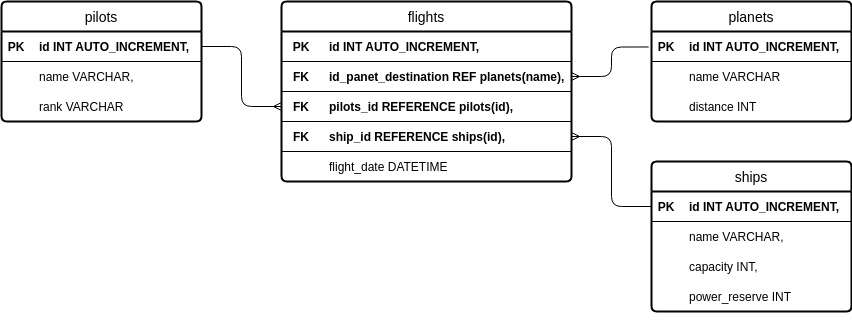
Above: part1/Task_1_cosmoport.png in Kolesa-Education/kolesa-upgrade-homework-4 (draw.io), before the change. Source tidied: cells renumbered, new cells last; positions are measured from the earlier drawing's top-left corner, leaving out a move shared by most shapes. Source of this version:
```xml
<mxGraphModel>
  <root>
    <mxCell id="0" />
    <mxCell id="1" parent="0" />
    <mxCell id="2" value="ships" style="swimlane;horizontal=1;startSize=30;rounded=1;fontSize=14;fontStyle=0;strokeWidth=2;shadow=0;dashed=0;align=center;arcSize=6;" parent="1" vertex="1">
      <mxGeometry x="650" y="160" width="200" height="150" as="geometry" />
    </mxCell>
    <mxCell id="3" style="edgeStyle=none;shape=connector;rounded=1;jettySize=auto;html=1;exitX=0.5;exitY=1;exitDx=0;exitDy=0;labelBackgroundColor=default;strokeColor=default;fontFamily=Helvetica;fontSize=12;fontColor=default;endArrow=ERmandOne;endFill=0;" parent="2" edge="1" source="2" target="4">
      <mxGeometry relative="1" as="geometry" />
    </mxCell>
    <mxCell id="4" style="shape=table;startSize=0;rowLines=0;fontStyle=0;align=center;strokeColor=none;fillColor=none;fontFamily=Helvetica;fontSize=12;fontColor=default;" parent="2" vertex="1">
      <mxGeometry y="30" width="200" height="120" as="geometry" />
    </mxCell>
    <mxCell id="5" style="shape=tableRow;horizontal=0;startSize=0;swimlaneHead=0;swimlaneBody=0;fillColor=none;points=[[0,0.5],[1,0.5]];portConstraint=eastwest;top=0;left=0;right=0;bottom=1;fontFamily=Helvetica;fontSize=12;fontColor=default;" parent="4" vertex="1">
      <mxGeometry width="200" height="30" as="geometry" />
    </mxCell>
    <mxCell id="6" value="PK" style="shape=partialRectangle;fillColor=none;top=0;left=0;bottom=0;right=0;fontStyle=1;overflow=hidden;fontFamily=Helvetica;fontSize=12;fontColor=default;" parent="5" vertex="1">
      <mxGeometry width="30" height="30" as="geometry" />
    </mxCell>
    <mxCell id="7" value="id INT AUTO_INCREMENT," style="shape=partialRectangle;fillColor=none;top=0;left=0;bottom=0;right=0;align=left;spacingLeft=6;fontStyle=1;overflow=hidden;fontFamily=Helvetica;fontSize=12;fontColor=default;" parent="5" vertex="1">
      <mxGeometry x="30" width="170" height="30" as="geometry" />
    </mxCell>
    <mxCell id="8" style="shape=tableRow;horizontal=0;startSize=0;swimlaneHead=0;swimlaneBody=0;fillColor=none;top=0;left=0;right=0;bottom=0;fontFamily=Helvetica;fontSize=12;fontColor=default;" parent="4" vertex="1">
      <mxGeometry y="30" width="200" height="30" as="geometry" />
    </mxCell>
    <mxCell id="9" style="shape=partialRectangle;fillColor=none;top=0;left=0;bottom=0;right=0;overflow=hidden;fontFamily=Helvetica;fontSize=12;fontColor=default;" parent="8" vertex="1">
      <mxGeometry width="30" height="30" as="geometry" />
    </mxCell>
    <mxCell id="10" value="name VARCHAR," style="shape=partialRectangle;fillColor=none;top=0;left=0;bottom=0;right=0;align=left;spacingLeft=6;overflow=hidden;fontFamily=Helvetica;fontSize=12;fontColor=default;" parent="8" vertex="1">
      <mxGeometry x="30" width="170" height="30" as="geometry" />
    </mxCell>
    <mxCell id="11" style="shape=tableRow;horizontal=0;startSize=0;swimlaneHead=0;swimlaneBody=0;fillColor=none;top=0;left=0;right=0;bottom=0;fontFamily=Helvetica;fontSize=12;fontColor=default;" parent="4" vertex="1">
      <mxGeometry y="60" width="200" height="30" as="geometry" />
    </mxCell>
    <mxCell id="12" style="shape=partialRectangle;fillColor=none;top=0;left=0;bottom=0;right=0;overflow=hidden;fontFamily=Helvetica;fontSize=12;fontColor=default;" parent="11" vertex="1">
      <mxGeometry width="30" height="30" as="geometry" />
    </mxCell>
    <mxCell id="13" value="capacity INT," style="shape=partialRectangle;fillColor=none;top=0;left=0;bottom=0;right=0;align=left;spacingLeft=6;overflow=hidden;fontFamily=Helvetica;fontSize=12;fontColor=default;" parent="11" vertex="1">
      <mxGeometry x="30" width="170" height="30" as="geometry" />
    </mxCell>
    <mxCell id="14" style="shape=tableRow;horizontal=0;startSize=0;swimlaneHead=0;swimlaneBody=0;fillColor=none;top=0;left=0;right=0;bottom=0;fontFamily=Helvetica;fontSize=12;fontColor=default;" parent="4" vertex="1">
      <mxGeometry y="90" width="200" height="30" as="geometry" />
    </mxCell>
    <mxCell id="15" style="shape=partialRectangle;fillColor=none;top=0;left=0;bottom=0;right=0;overflow=hidden;fontFamily=Helvetica;fontSize=12;fontColor=default;" parent="14" vertex="1">
      <mxGeometry width="30" height="30" as="geometry" />
    </mxCell>
    <mxCell id="16" value="power_reserve INT" style="shape=partialRectangle;fillColor=none;top=0;left=0;bottom=0;right=0;align=left;spacingLeft=6;overflow=hidden;fontFamily=Helvetica;fontSize=12;fontColor=default;" parent="14" vertex="1">
      <mxGeometry x="30" width="170" height="30" as="geometry" />
    </mxCell>
    <mxCell id="17" value="planets" style="swimlane;horizontal=1;startSize=30;rounded=1;fontSize=14;fontStyle=0;strokeWidth=2;shadow=0;dashed=0;align=center;arcSize=6;" parent="1" vertex="1">
      <mxGeometry x="650" width="200" height="120" as="geometry" />
    </mxCell>
    <mxCell id="18" style="shape=table;startSize=0;rowLines=0;fontStyle=0;align=center;strokeColor=none;fillColor=none;fontFamily=Helvetica;fontSize=12;fontColor=default;" parent="17" vertex="1">
      <mxGeometry y="30" width="200" height="90" as="geometry" />
    </mxCell>
    <mxCell id="19" style="shape=tableRow;horizontal=0;startSize=0;swimlaneHead=0;swimlaneBody=0;fillColor=none;points=[[0,0.5],[1,0.5]];portConstraint=eastwest;top=0;left=0;right=0;bottom=1;fontFamily=Helvetica;fontSize=12;fontColor=default;" parent="18" vertex="1">
      <mxGeometry width="200" height="30" as="geometry" />
    </mxCell>
    <mxCell id="20" value="PK" style="shape=partialRectangle;fillColor=none;top=0;left=0;bottom=0;right=0;fontStyle=1;overflow=hidden;fontFamily=Helvetica;fontSize=12;fontColor=default;" parent="19" vertex="1">
      <mxGeometry width="30" height="30" as="geometry" />
    </mxCell>
    <mxCell id="21" value="id INT AUTO_INCREMENT," style="shape=partialRectangle;fillColor=none;top=0;left=0;bottom=0;right=0;align=left;spacingLeft=6;fontStyle=1;overflow=hidden;fontFamily=Helvetica;fontSize=12;fontColor=default;" parent="19" vertex="1">
      <mxGeometry x="30" width="170" height="30" as="geometry" />
    </mxCell>
    <mxCell id="22" style="shape=tableRow;horizontal=0;startSize=0;swimlaneHead=0;swimlaneBody=0;fillColor=none;top=0;left=0;right=0;bottom=0;" parent="18" vertex="1">
      <mxGeometry y="30" width="200" height="30" as="geometry" />
    </mxCell>
    <mxCell id="23" style="shape=partialRectangle;fillColor=none;top=0;left=0;bottom=0;right=0;overflow=hidden;" parent="22" vertex="1">
      <mxGeometry width="30" height="30" as="geometry" />
    </mxCell>
    <mxCell id="24" value="name VARCHAR" style="shape=partialRectangle;fillColor=none;top=0;left=0;bottom=0;right=0;align=left;spacingLeft=6;overflow=hidden;" parent="22" vertex="1">
      <mxGeometry x="30" width="170" height="30" as="geometry" />
    </mxCell>
    <mxCell id="25" style="shape=tableRow;horizontal=0;startSize=0;swimlaneHead=0;swimlaneBody=0;fillColor=none;top=0;left=0;right=0;bottom=0;" parent="18" vertex="1">
      <mxGeometry y="60" width="200" height="30" as="geometry" />
    </mxCell>
    <mxCell id="26" style="shape=partialRectangle;fillColor=none;top=0;left=0;bottom=0;right=0;overflow=hidden;" parent="25" vertex="1">
      <mxGeometry width="30" height="30" as="geometry" />
    </mxCell>
    <mxCell id="27" value="distance INT" style="shape=partialRectangle;fillColor=none;top=0;left=0;bottom=0;right=0;align=left;spacingLeft=6;overflow=hidden;" parent="25" vertex="1">
      <mxGeometry x="30" width="170" height="30" as="geometry" />
    </mxCell>
    <mxCell id="28" style="edgeStyle=none;shape=connector;rounded=1;jettySize=auto;html=1;exitX=0.5;exitY=1;exitDx=0;exitDy=0;labelBackgroundColor=default;strokeColor=default;fontFamily=Helvetica;fontSize=12;fontColor=default;endArrow=ERmandOne;endFill=0;" parent="17" edge="1" source="17" target="18">
      <mxGeometry relative="1" as="geometry" />
    </mxCell>
    <mxCell id="29" value="pilots" style="swimlane;horizontal=1;startSize=30;rounded=1;fontSize=14;fontStyle=0;strokeWidth=2;shadow=0;dashed=0;align=center;arcSize=6;" parent="1" vertex="1">
      <mxGeometry width="200" height="120" as="geometry" />
    </mxCell>
    <mxCell id="30" style="shape=table;startSize=0;rowLines=0;fontStyle=0;align=center;strokeColor=none;fillColor=none;fontFamily=Helvetica;fontSize=12;fontColor=default;" parent="29" vertex="1">
      <mxGeometry y="30" width="200" height="90" as="geometry" />
    </mxCell>
    <mxCell id="31" style="shape=tableRow;horizontal=0;startSize=0;swimlaneHead=0;swimlaneBody=0;fillColor=none;points=[[0,0.5],[1,0.5]];portConstraint=eastwest;top=0;left=0;right=0;bottom=1;fontFamily=Helvetica;fontSize=12;fontColor=default;" parent="30" vertex="1">
      <mxGeometry width="200" height="30" as="geometry" />
    </mxCell>
    <mxCell id="32" value="PK" style="shape=partialRectangle;fillColor=none;top=0;left=0;bottom=0;right=0;fontStyle=1;overflow=hidden;fontFamily=Helvetica;fontSize=12;fontColor=default;" parent="31" vertex="1">
      <mxGeometry width="30" height="30" as="geometry" />
    </mxCell>
    <mxCell id="33" value="id INT AUTO_INCREMENT," style="shape=partialRectangle;fillColor=none;top=0;left=0;bottom=0;right=0;align=left;spacingLeft=6;fontStyle=1;overflow=hidden;fontFamily=Helvetica;fontSize=12;fontColor=default;" parent="31" vertex="1">
      <mxGeometry x="30" width="170" height="30" as="geometry" />
    </mxCell>
    <mxCell id="34" style="shape=tableRow;horizontal=0;startSize=0;swimlaneHead=0;swimlaneBody=0;fillColor=none;top=0;left=0;right=0;bottom=0;fontFamily=Helvetica;fontSize=12;fontColor=default;" parent="30" vertex="1">
      <mxGeometry y="30" width="200" height="30" as="geometry" />
    </mxCell>
    <mxCell id="35" style="shape=partialRectangle;fillColor=none;top=0;left=0;bottom=0;right=0;overflow=hidden;fontFamily=Helvetica;fontSize=12;fontColor=default;" parent="34" vertex="1">
      <mxGeometry width="30" height="30" as="geometry" />
    </mxCell>
    <mxCell id="36" value="name VARCHAR," style="shape=partialRectangle;fillColor=none;top=0;left=0;bottom=0;right=0;align=left;spacingLeft=6;overflow=hidden;fontFamily=Helvetica;fontSize=12;fontColor=default;" parent="34" vertex="1">
      <mxGeometry x="30" width="170" height="30" as="geometry" />
    </mxCell>
    <mxCell id="37" style="shape=tableRow;horizontal=0;startSize=0;swimlaneHead=0;swimlaneBody=0;fillColor=none;top=0;left=0;right=0;bottom=0;fontFamily=Helvetica;fontSize=12;fontColor=default;" parent="30" vertex="1">
      <mxGeometry y="60" width="200" height="30" as="geometry" />
    </mxCell>
    <mxCell id="38" style="shape=partialRectangle;fillColor=none;top=0;left=0;bottom=0;right=0;overflow=hidden;fontFamily=Helvetica;fontSize=12;fontColor=default;" parent="37" vertex="1">
      <mxGeometry width="30" height="30" as="geometry" />
    </mxCell>
    <mxCell id="39" value="rank VARCHAR" style="shape=partialRectangle;fillColor=none;top=0;left=0;bottom=0;right=0;align=left;spacingLeft=6;overflow=hidden;fontFamily=Helvetica;fontSize=12;fontColor=default;" parent="37" vertex="1">
      <mxGeometry x="30" width="170" height="30" as="geometry" />
    </mxCell>
    <mxCell id="40" style="edgeStyle=none;shape=connector;rounded=1;jettySize=auto;html=1;exitX=0.5;exitY=1;exitDx=0;exitDy=0;labelBackgroundColor=default;strokeColor=default;fontFamily=Helvetica;fontSize=12;fontColor=default;endArrow=ERmandOne;endFill=0;" parent="29" edge="1" source="29" target="30">
      <mxGeometry relative="1" as="geometry" />
    </mxCell>
    <mxCell id="41" value="flights" style="swimlane;horizontal=1;startSize=30;rounded=1;fontSize=14;fontStyle=0;strokeWidth=2;shadow=0;dashed=0;align=center;arcSize=6;" parent="1" vertex="1">
      <mxGeometry x="280" width="290" height="180" as="geometry" />
    </mxCell>
    <mxCell id="42" style="shape=table;startSize=0;rowLines=0;fontStyle=0;align=center;strokeColor=none;fillColor=none;fontFamily=Helvetica;fontSize=12;fontColor=default;" parent="41" vertex="1">
      <mxGeometry y="30" width="290" height="150" as="geometry" />
    </mxCell>
    <mxCell id="43" style="shape=tableRow;horizontal=0;startSize=0;swimlaneHead=0;swimlaneBody=0;fillColor=none;top=0;left=0;right=0;bottom=1;fontFamily=Helvetica;fontSize=12;fontColor=default;" parent="42" vertex="1">
      <mxGeometry width="290" height="30" as="geometry" />
    </mxCell>
    <mxCell id="44" value="PK" style="shape=partialRectangle;fillColor=none;top=0;left=0;bottom=0;right=0;fontStyle=1;overflow=hidden;fontFamily=Helvetica;fontSize=12;fontColor=default;" parent="43" vertex="1">
      <mxGeometry width="40" height="30" as="geometry" />
    </mxCell>
    <mxCell id="45" value="id INT AUTO_INCREMENT," style="shape=partialRectangle;fillColor=none;top=0;left=0;bottom=0;right=0;align=left;spacingLeft=6;fontStyle=1;overflow=hidden;fontFamily=Helvetica;fontSize=12;fontColor=default;" parent="43" vertex="1">
      <mxGeometry x="40" width="250" height="30" as="geometry" />
    </mxCell>
    <mxCell id="46" style="shape=tableRow;horizontal=0;startSize=0;swimlaneHead=0;swimlaneBody=0;fillColor=none;points=[[0,0.5],[1,0.5]];portConstraint=eastwest;top=0;left=0;right=0;bottom=1;fontFamily=Helvetica;fontSize=12;fontColor=default;" parent="42" vertex="1">
      <mxGeometry y="30" width="290" height="30" as="geometry" />
    </mxCell>
    <mxCell id="47" value="FK" style="shape=partialRectangle;fillColor=none;top=0;left=0;bottom=0;right=0;fontStyle=1;overflow=hidden;fontFamily=Helvetica;fontSize=12;fontColor=default;" parent="46" vertex="1">
      <mxGeometry width="40" height="30" as="geometry" />
    </mxCell>
    <mxCell id="48" value="id_panet_destination REF planets(name)," style="shape=partialRectangle;fillColor=none;top=0;left=0;bottom=0;right=0;align=left;spacingLeft=6;fontStyle=1;overflow=hidden;fontFamily=Helvetica;fontSize=12;fontColor=default;" parent="46" vertex="1">
      <mxGeometry x="40" width="250" height="30" as="geometry" />
    </mxCell>
    <mxCell id="49" style="shape=tableRow;horizontal=0;startSize=0;swimlaneHead=0;swimlaneBody=0;fillColor=none;points=[[0,0.5],[1,0.5]];portConstraint=eastwest;top=0;left=0;right=0;bottom=1;fontFamily=Helvetica;fontSize=12;fontColor=default;" parent="42" vertex="1">
      <mxGeometry y="60" width="290" height="30" as="geometry" />
    </mxCell>
    <mxCell id="50" value="FK" style="shape=partialRectangle;fillColor=none;top=0;left=0;bottom=0;right=0;fontStyle=1;overflow=hidden;fontFamily=Helvetica;fontSize=12;fontColor=default;" parent="49" vertex="1">
      <mxGeometry width="40" height="30" as="geometry" />
    </mxCell>
    <mxCell id="51" value="pilots_id REFERENCE pilots(id)," style="shape=partialRectangle;fillColor=none;top=0;left=0;bottom=0;right=0;align=left;spacingLeft=6;fontStyle=1;overflow=hidden;fontFamily=Helvetica;fontSize=12;fontColor=default;" parent="49" vertex="1">
      <mxGeometry x="40" width="250" height="30" as="geometry" />
    </mxCell>
    <mxCell id="52" style="shape=tableRow;horizontal=0;startSize=0;swimlaneHead=0;swimlaneBody=0;fillColor=none;points=[[0,0.5],[1,0.5]];portConstraint=eastwest;top=0;left=0;right=0;bottom=1;fontFamily=Helvetica;fontSize=12;fontColor=default;" parent="42" vertex="1">
      <mxGeometry y="90" width="290" height="30" as="geometry" />
    </mxCell>
    <mxCell id="53" value="FK" style="shape=partialRectangle;fillColor=none;top=0;left=0;bottom=0;right=0;fontStyle=1;overflow=hidden;fontFamily=Helvetica;fontSize=12;fontColor=default;" parent="52" vertex="1">
      <mxGeometry width="40" height="30" as="geometry" />
    </mxCell>
    <mxCell id="54" value="ship_id REFERENCE ships(id)," style="shape=partialRectangle;fillColor=none;top=0;left=0;bottom=0;right=0;align=left;spacingLeft=6;fontStyle=1;overflow=hidden;fontFamily=Helvetica;fontSize=12;fontColor=default;" parent="52" vertex="1">
      <mxGeometry x="40" width="250" height="30" as="geometry" />
    </mxCell>
    <mxCell id="55" style="shape=tableRow;horizontal=0;startSize=0;swimlaneHead=0;swimlaneBody=0;fillColor=none;top=0;left=0;right=0;bottom=0;fontFamily=Helvetica;fontSize=12;fontColor=default;" parent="42" vertex="1">
      <mxGeometry y="120" width="290" height="30" as="geometry" />
    </mxCell>
    <mxCell id="56" style="shape=partialRectangle;fillColor=none;top=0;left=0;bottom=0;right=0;overflow=hidden;fontFamily=Helvetica;fontSize=12;fontColor=default;" parent="55" vertex="1">
      <mxGeometry width="40" height="30" as="geometry" />
    </mxCell>
    <mxCell id="57" value="flight_date DATETIME" style="shape=partialRectangle;fillColor=none;top=0;left=0;bottom=0;right=0;align=left;spacingLeft=6;overflow=hidden;fontFamily=Helvetica;fontSize=12;fontColor=default;" parent="55" vertex="1">
      <mxGeometry x="40" width="250" height="30" as="geometry" />
    </mxCell>
    <mxCell id="58" style="edgeStyle=none;shape=connector;rounded=1;jettySize=auto;html=1;exitX=0.5;exitY=1;exitDx=0;exitDy=0;labelBackgroundColor=default;strokeColor=default;fontFamily=Helvetica;fontSize=12;fontColor=default;endArrow=ERmandOne;endFill=0;" parent="41" edge="1" source="41" target="42">
      <mxGeometry relative="1" as="geometry" />
    </mxCell>
    <mxCell id="59" style="edgeStyle=none;shape=connector;rounded=1;jettySize=auto;html=1;exitX=0.75;exitY=1;exitDx=0;exitDy=0;labelBackgroundColor=default;strokeColor=default;fontFamily=Helvetica;fontSize=12;fontColor=default;endArrow=ERmandOne;endFill=0;" parent="41" edge="1" source="41" target="42">
      <mxGeometry relative="1" as="geometry" />
    </mxCell>
    <mxCell id="60" style="edgeStyle=orthogonalEdgeStyle;shape=connector;rounded=1;jettySize=auto;html=1;entryX=-0.014;entryY=0.516;entryDx=0;entryDy=0;entryPerimeter=0;labelBackgroundColor=default;strokeColor=default;fontFamily=Helvetica;fontSize=12;fontColor=default;startArrow=ERmany;startFill=0;endArrow=none;endFill=0;" parent="1" edge="1" source="46" target="19">
      <mxGeometry relative="1" as="geometry" />
    </mxCell>
    <mxCell id="61" style="edgeStyle=orthogonalEdgeStyle;shape=connector;rounded=1;jettySize=auto;html=1;labelBackgroundColor=default;strokeColor=default;fontFamily=Helvetica;fontSize=12;fontColor=default;endArrow=none;endFill=0;startArrow=ERmany;startFill=0;exitX=1;exitY=0.5;exitDx=0;exitDy=0;" parent="1" edge="1" source="52" target="5">
      <mxGeometry relative="1" as="geometry" />
    </mxCell>
    <mxCell id="62" style="edgeStyle=orthogonalEdgeStyle;shape=connector;rounded=1;jettySize=auto;html=1;labelBackgroundColor=default;strokeColor=default;fontFamily=Helvetica;fontSize=12;fontColor=default;startArrow=ERmany;startFill=0;endArrow=none;endFill=0;exitX=0;exitY=0.5;exitDx=0;exitDy=0;" parent="1" edge="1" source="49" target="31">
      <mxGeometry relative="1" as="geometry" />
    </mxCell>
  </root>
</mxGraphModel>
```
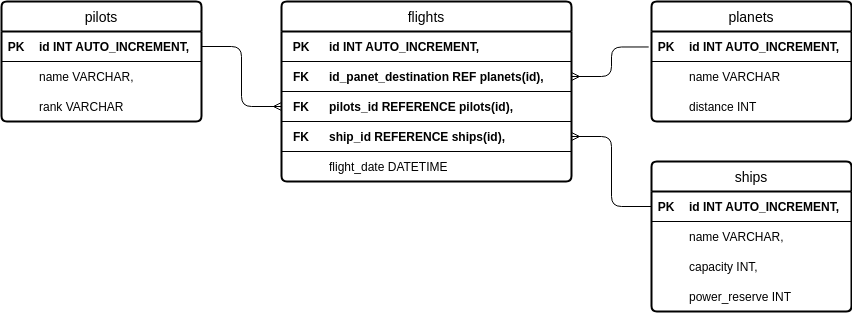
After the change.

What changed in the source:
```diff
@@ -140,7 +140,7 @@
     <mxCell id="47" value="FK" style="shape=partialRectangle;fillColor=none;top=0;left=0;bottom=0;right=0;fontStyle=1;overflow=hidden;fontFamily=Helvetica;fontSize=12;fontColor=default;" parent="46" vertex="1">
       <mxGeometry width="40" height="30" as="geometry" />
     </mxCell>
-    <mxCell id="48" value="id_panet_destination REF planets(name)," style="shape=partialRectangle;fillColor=none;top=0;left=0;bottom=0;right=0;align=left;spacingLeft=6;fontStyle=1;overflow=hidden;fontFamily=Helvetica;fontSize=12;fontColor=default;" parent="46" vertex="1">
+    <mxCell id="48" value="id_panet_destination REF planets(id)," style="shape=partialRectangle;fillColor=none;top=0;left=0;bottom=0;right=0;align=left;spacingLeft=6;fontStyle=1;overflow=hidden;fontFamily=Helvetica;fontSize=12;fontColor=default;" parent="46" vertex="1">
       <mxGeometry x="40" width="250" height="30" as="geometry" />
     </mxCell>
     <mxCell id="49" style="shape=tableRow;horizontal=0;startSize=0;swimlaneHead=0;swimlaneBody=0;fillColor=none;points=[[0,0.5],[1,0.5]];portConstraint=eastwest;top=0;left=0;right=0;bottom=1;fontFamily=Helvetica;fontSize=12;fontColor=default;" parent="42" vertex="1">
```
